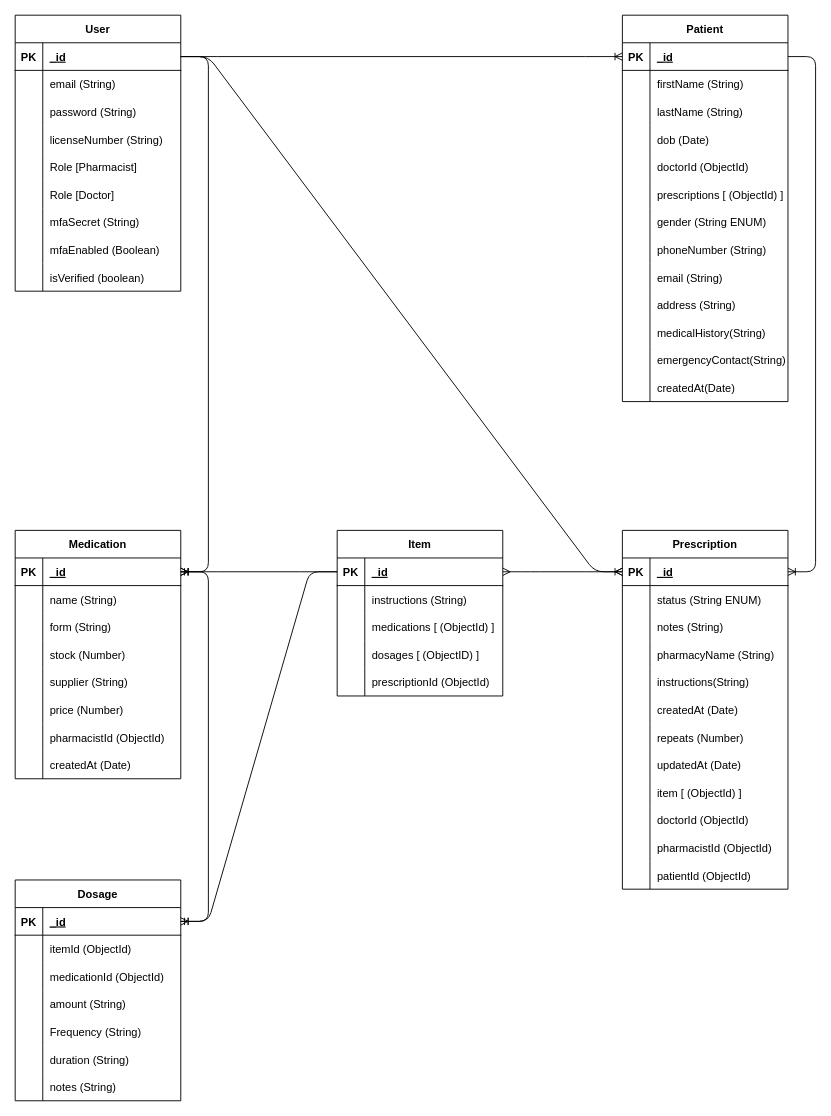
Above: docs/MedicalERD.drawio in Liam-Ronan-dev/Major-Project-Backend (draw.io), before the change. Source tidied: cells renumbered, new cells numbered last; positions are measured from the earlier drawing's top-left corner, leaving out a move shared by most shapes. Both pictures are drawn from the tidied source at 92%, with x=0, y=0 at pixel (-40, 15).
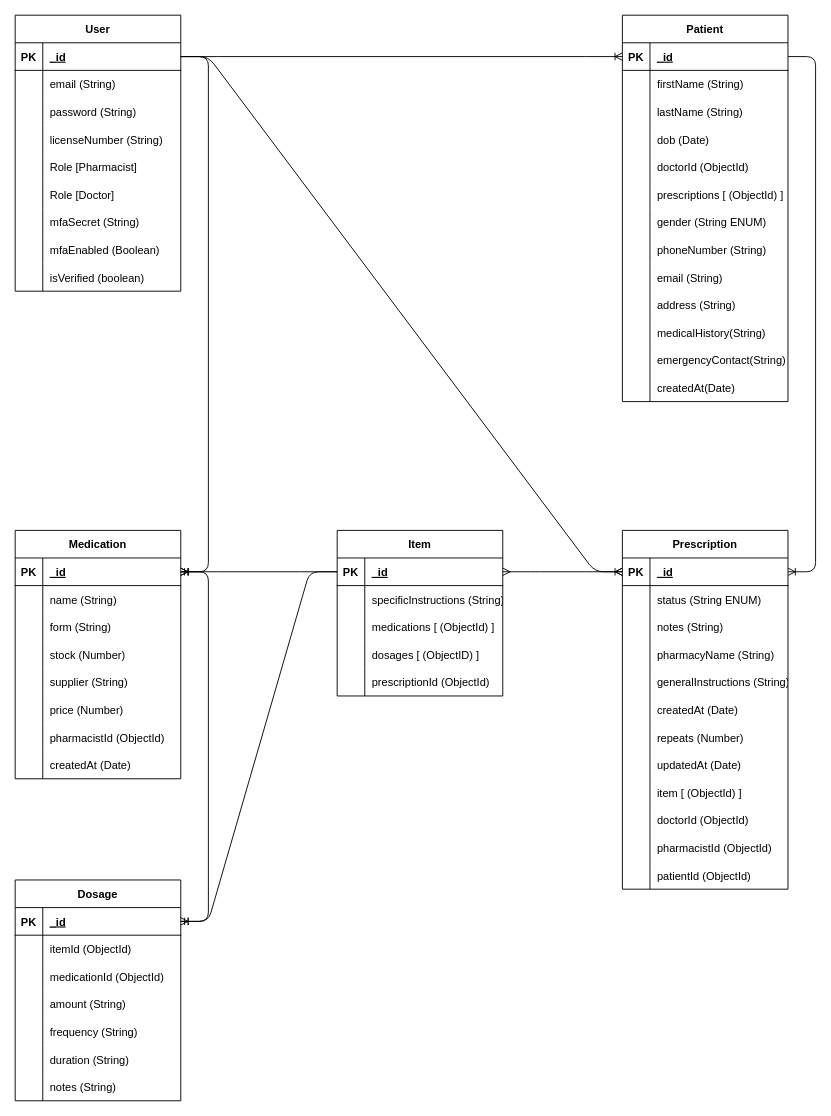
The same page after the edit.

The change refers to these unchanged cells:
```xml
<mxCell id="83" style="shape=tableRow;horizontal=0;startSize=0;swimlaneHead=0;swimlaneBody=0;fillColor=none;top=0;left=0;right=0;bottom=0;" parent="70" vertex="1">
  <mxGeometry y="150" width="180" height="30" as="geometry" />
</mxCell>
<mxCell id="149" style="shape=tableRow;horizontal=0;startSize=0;swimlaneHead=0;swimlaneBody=0;fillColor=none;top=0;left=0;right=0;bottom=0;" parent="136" vertex="1">
  <mxGeometry y="150" width="180" height="30" as="geometry" />
</mxCell>
<mxCell id="162" style="shape=tableRow;horizontal=0;startSize=0;swimlaneHead=0;swimlaneBody=0;fillColor=none;top=0;left=0;right=0;bottom=0;" parent="158" vertex="1">
  <mxGeometry y="60" width="180" height="30" as="geometry" />
</mxCell>
```

What changed in the source:
```diff
@@
-    <mxCell id="85" value="instructions(String)" style="shape=partialRectangle;fillColor=none;top=0;left=0;bottom=0;right=0;align=left;spacingLeft=6;overflow=hidden;" parent="83" vertex="1">
+    <mxCell id="85" value="generalInstructions (String)" style="shape=partialRectangle;fillColor=none;top=0;left=0;bottom=0;right=0;align=left;spacingLeft=6;overflow=hidden;" parent="83" vertex="1">
       <mxGeometry x="30" width="150" height="30" as="geometry" />
     </mxCell>
@@
-    <mxCell id="151" value="Frequency (String)" style="shape=partialRectangle;fillColor=none;top=0;left=0;bottom=0;right=0;align=left;spacingLeft=6;overflow=hidden;" parent="149" vertex="1">
+    <mxCell id="151" value="frequency (String)" style="shape=partialRectangle;fillColor=none;top=0;left=0;bottom=0;right=0;align=left;spacingLeft=6;overflow=hidden;" parent="149" vertex="1">
       <mxGeometry x="30" width="150" height="30" as="geometry" />
     </mxCell>
@@
-    <mxCell id="164" value="instructions (String)" style="shape=partialRectangle;fillColor=none;top=0;left=0;bottom=0;right=0;align=left;spacingLeft=6;overflow=hidden;" parent="162" vertex="1">
+    <mxCell id="164" value="specificInstructions (String)" style="shape=partialRectangle;fillColor=none;top=0;left=0;bottom=0;right=0;align=left;spacingLeft=6;overflow=hidden;" parent="162" vertex="1">
       <mxGeometry x="30" width="150" height="30" as="geometry" />
     </mxCell>
```
